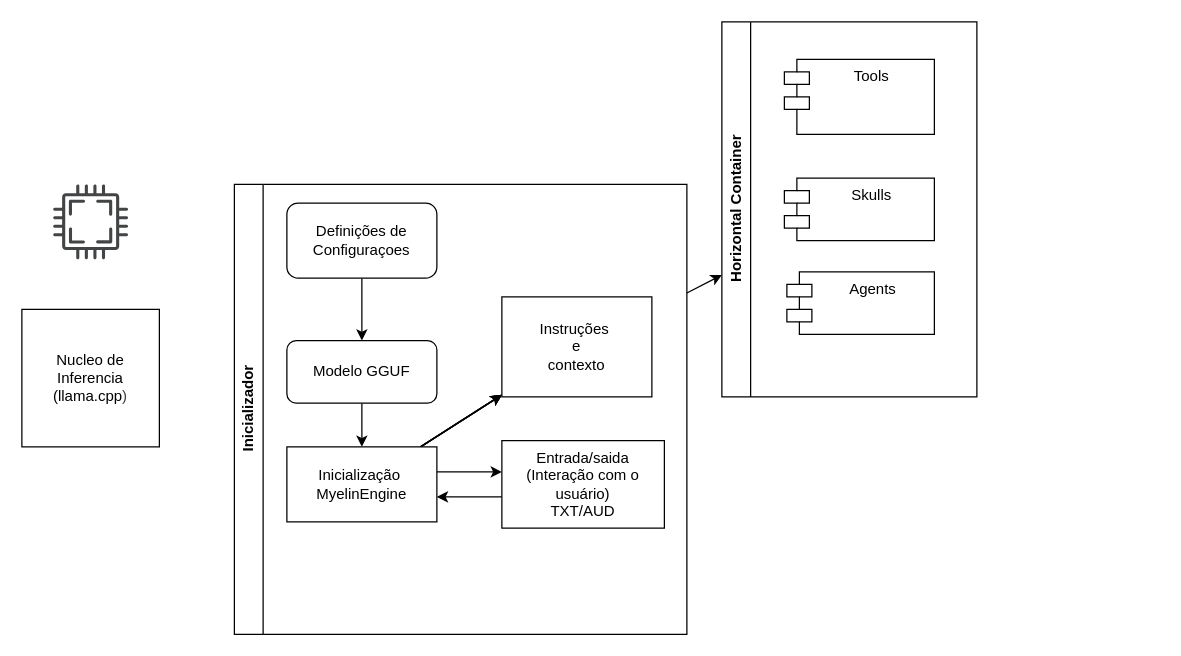
The draw.io diagram docs/diagrams/architecture.drawio in ErikCorreia/Myelin, before the edit. Source tidied: cells renumbered, new cells numbered last; positions are measured from the earlier drawing's top-left corner, leaving out a move shared by most shapes. Both pictures are drawn from the tidied source at 125%, with x=0, y=0 at pixel (21, 21).
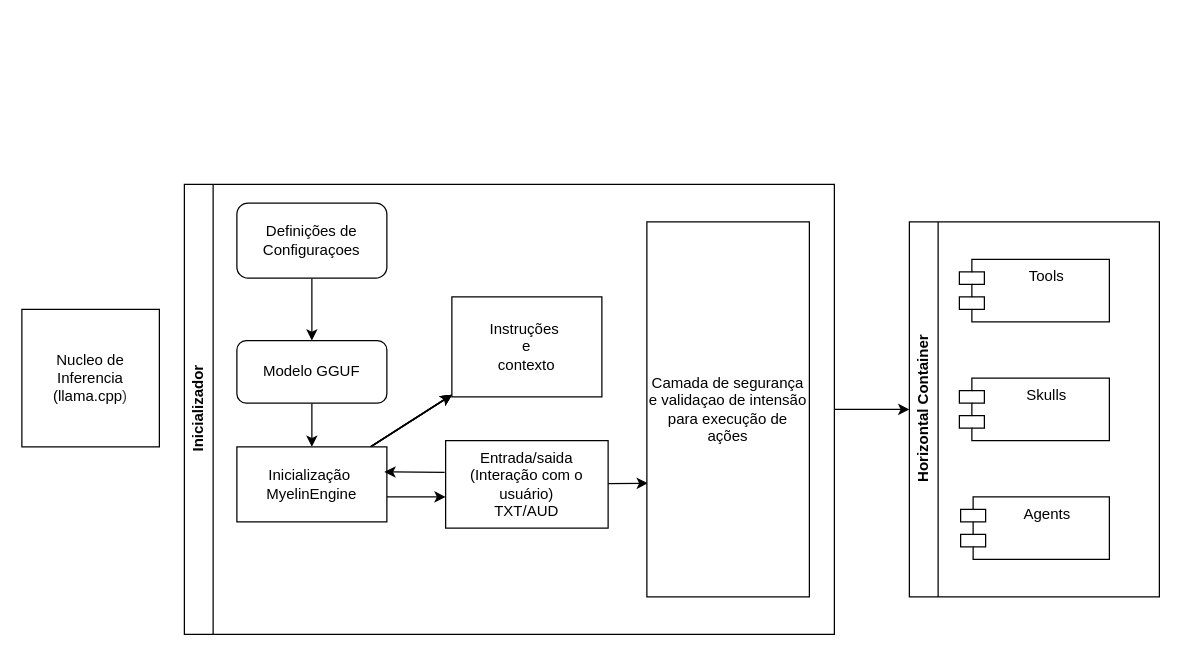
The same page after the edit.

The edit, as a diff of the source:
```diff
@@
     <mxCell id="4" value="Inicializador" style="swimlane;horizontal=0;whiteSpace=wrap;html=1;" parent="1" vertex="1">
-      <mxGeometry x="170" y="130" width="362" height="360" as="geometry" />
+      <mxGeometry x="130" y="130" width="520" height="360" as="geometry" />
     </mxCell>
@@
-    <mxCell id="9" style="edgeStyle=none;html=1;" parent="4" edge="1">
-      <mxGeometry relative="1" as="geometry">
-        <mxPoint x="162" y="230" as="sourcePoint" />
-        <mxPoint x="214" y="230" as="targetPoint" />
-      </mxGeometry>
-    </mxCell>
+    <mxCell id="23" style="edgeStyle=none;html=1;" parent="4" edge="1">
+      <mxGeometry relative="1" as="geometry">
+        <mxPoint x="162" y="250" as="sourcePoint" />
+        <mxPoint x="209" y="250" as="targetPoint" />
+      </mxGeometry>
+    </mxCell>
@@
-    <mxCell id="16" style="edgeStyle=none;html=1;" parent="4" edge="1">
-      <mxGeometry relative="1" as="geometry">
-        <mxPoint x="230" y="250" as="sourcePoint" />
-        <mxPoint x="162" y="250" as="targetPoint" />
-      </mxGeometry>
-    </mxCell>
+    <mxCell id="24" style="edgeStyle=none;html=1;exitX=-0.006;exitY=0.363;exitDx=0;exitDy=0;exitPerimeter=0;" parent="4" edge="1" source="17">
+      <mxGeometry relative="1" as="geometry">
+        <mxPoint x="160" y="230" as="targetPoint" />
+      </mxGeometry>
+    </mxCell>
+    <mxCell id="25" style="edgeStyle=none;html=1;entryX=0.006;entryY=0.697;entryDx=0;entryDy=0;entryPerimeter=0;" parent="4" edge="1" source="17" target="26">
+      <mxGeometry relative="1" as="geometry" />
+    </mxCell>
     <mxCell id="17" value="Entrada/saida&lt;div&gt;(Interação com o usuário)&lt;/div&gt;&lt;div&gt;TXT/AUD&lt;/div&gt;" style="whiteSpace=wrap;html=1;" parent="4" vertex="1">
-      <mxGeometry x="214" y="205" width="130" height="70" as="geometry" />
+      <mxGeometry x="209" y="205" width="130" height="70" as="geometry" />
     </mxCell>
+    <mxCell id="26" value="Camada de segurança e validaçao de intensão para execução de ações" style="whiteSpace=wrap;html=1;" parent="4" vertex="1">
+      <mxGeometry x="370" y="30" width="130" height="300" as="geometry" />
+    </mxCell>
     <mxCell id="18" value="Horizontal Container" style="swimlane;horizontal=0;whiteSpace=wrap;html=1;" parent="1" vertex="1">
-      <mxGeometry x="560" width="204" height="300" as="geometry" />
+      <mxGeometry x="710" y="160" width="200" height="300" as="geometry" />
     </mxCell>
     <mxCell id="19" value="Tools" style="shape=module;align=left;spacingLeft=20;align=center;verticalAlign=top;whiteSpace=wrap;html=1;" parent="18" vertex="1">
-      <mxGeometry x="50" y="30" width="120" height="60" as="geometry" />
+      <mxGeometry x="40" y="30" width="120" height="50" as="geometry" />
     </mxCell>
     <mxCell id="20" value="Skulls" style="shape=module;align=left;spacingLeft=20;align=center;verticalAlign=top;whiteSpace=wrap;html=1;" parent="18" vertex="1">
-      <mxGeometry x="50" y="125" width="120" height="50" as="geometry" />
+      <mxGeometry x="40" y="125" width="120" height="50" as="geometry" />
     </mxCell>
     <mxCell id="21" value="Agents" style="shape=module;align=left;spacingLeft=20;align=center;verticalAlign=top;whiteSpace=wrap;html=1;" parent="18" vertex="1">
-      <mxGeometry x="52" y="200" width="118" height="50" as="geometry" />
+      <mxGeometry x="41" y="220" width="119" height="50" as="geometry" />
     </mxCell>
-    <mxCell id="22" style="sketch=0;shadow=0;dashed=0;html=1;strokeColor=none;fillColor=#434445;labelPosition=center;verticalLabelPosition=bottom;verticalAlign=top;align=center;shape=mxgraph.vvd.cpu;" parent="1" vertex="1">
-      <mxGeometry x="25" y="130" width="60" height="60" as="geometry" />
-    </mxCell>
```
